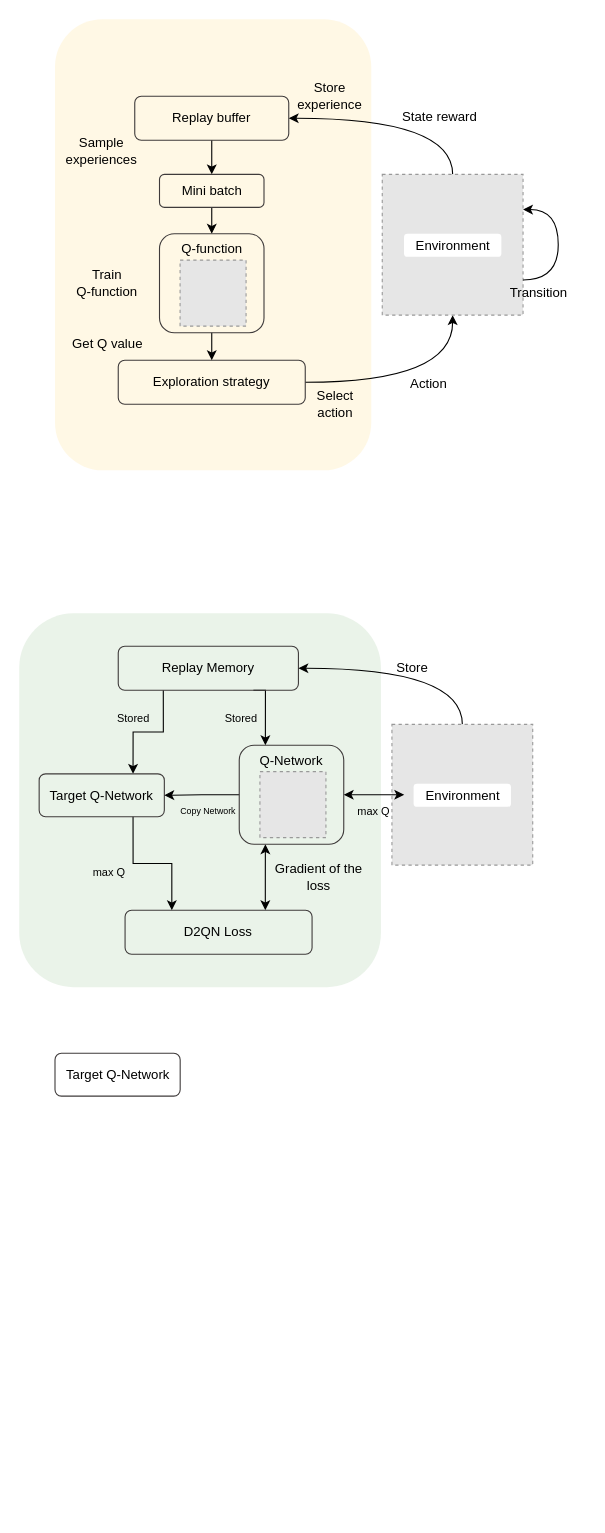
Above: DQN.drawio in ariesharry/SLR-Production-Scheduling (draw.io), before the change. Source tidied: cells renumbered, new cells numbered last; positions are measured from the earlier drawing's top-left corner, leaving out a move shared by most shapes. Both pictures are drawn from the tidied source at 110%, with x=0, y=0 at pixel (19, 19). Pictures stored in the file or linked from it are replaced by grey dashed boxes.
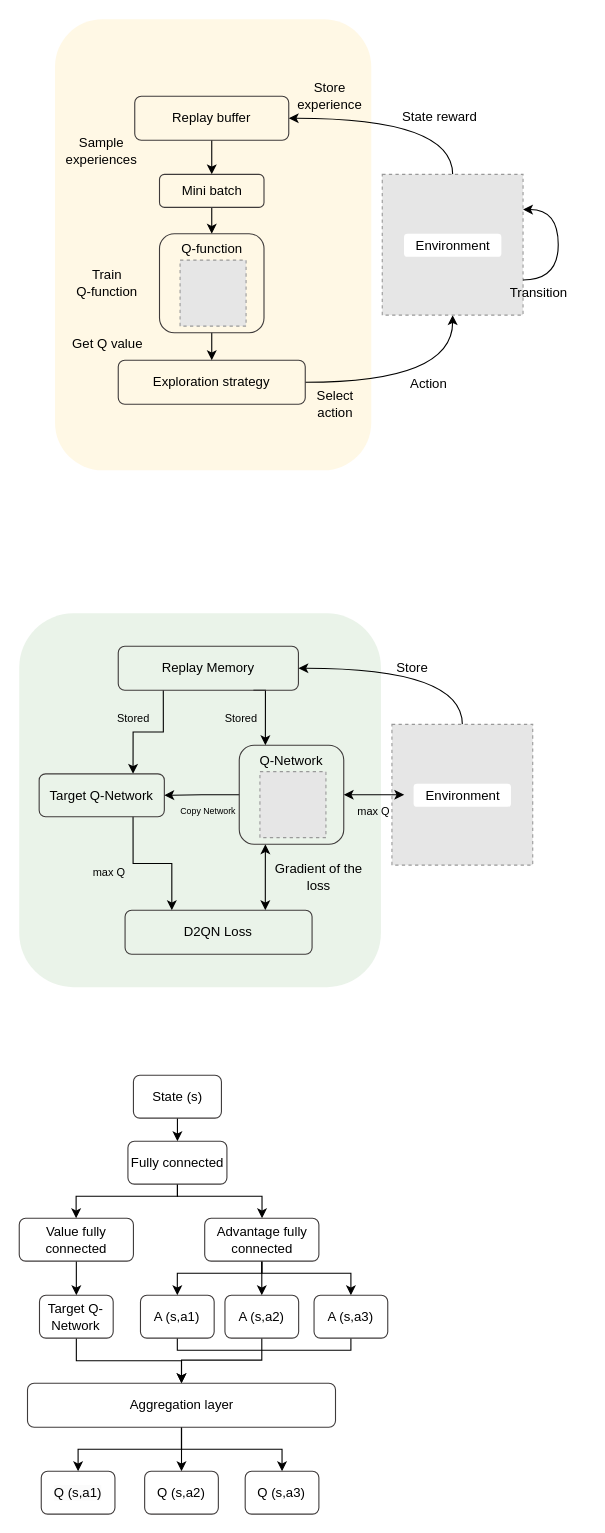
Above is the later version.

Change to the diagram source:
```diff
@@
+    <mxCell id="47" style="edgeStyle=orthogonalEdgeStyle;rounded=0;jettySize=auto;html=1;exitX=0.5;exitY=1;exitDx=0;exitDy=0;entryX=0.5;entryY=0;entryDx=0;entryDy=0;" parent="1" edge="1" source="46" target="52">
+      <mxGeometry relative="1" as="geometry" />
+    </mxCell>
-    <mxCell id="46" value="Target Q-Network" style="rounded=1;whiteSpace=wrap;html=1;fillColor=none;strokeColor=#3f3b3b;" parent="1" vertex="1">
-      <mxGeometry x="32.5" y="940" width="113.8" height="39" as="geometry" />
+    <mxCell id="46" value="State (s)" style="rounded=1;whiteSpace=wrap;html=1;fillColor=none;strokeColor=#3f3b3b;" parent="1" vertex="1">
+      <mxGeometry x="103.8" y="960" width="80" height="39" as="geometry" />
     </mxCell>
+    <mxCell id="48" style="edgeStyle=orthogonalEdgeStyle;rounded=0;jettySize=auto;html=1;exitX=0.5;exitY=1;exitDx=0;exitDy=0;entryX=0.5;entryY=0;entryDx=0;entryDy=0;" parent="1" edge="1" source="49" target="63">
+      <mxGeometry relative="1" as="geometry" />
+    </mxCell>
+    <mxCell id="49" value="Value fully connected" style="rounded=1;whiteSpace=wrap;html=1;fillColor=none;strokeColor=#3f3b3b;" parent="1" vertex="1">
+      <mxGeometry y="1090" width="103.8" height="39" as="geometry" />
+    </mxCell>
+    <mxCell id="50" style="edgeStyle=orthogonalEdgeStyle;rounded=0;jettySize=auto;html=1;exitX=0.5;exitY=1;exitDx=0;exitDy=0;" parent="1" edge="1" source="52" target="49">
+      <mxGeometry relative="1" as="geometry">
+        <Array as="points">
+          <mxPoint x="143.7" y="1070" />
+          <mxPoint x="51.7" y="1070" />
+        </Array>
+      </mxGeometry>
+    </mxCell>
+    <mxCell id="51" style="edgeStyle=orthogonalEdgeStyle;rounded=0;jettySize=auto;html=1;exitX=0.5;exitY=1;exitDx=0;exitDy=0;" parent="1" edge="1" source="52" target="56">
+      <mxGeometry relative="1" as="geometry">
+        <Array as="points">
+          <mxPoint x="143.7" y="1070" />
+          <mxPoint x="220.7" y="1070" />
+        </Array>
+      </mxGeometry>
+    </mxCell>
+    <mxCell id="52" value="Fully connected" style="rounded=1;whiteSpace=wrap;html=1;fillColor=none;strokeColor=#3f3b3b;" parent="1" vertex="1">
+      <mxGeometry x="98.8" y="1020" width="90" height="39" as="geometry" />
+    </mxCell>
+    <mxCell id="53" style="edgeStyle=orthogonalEdgeStyle;rounded=0;jettySize=auto;html=1;exitX=0.5;exitY=1;exitDx=0;exitDy=0;entryX=0.5;entryY=0;entryDx=0;entryDy=0;" parent="1" edge="1" source="56" target="60">
+      <mxGeometry relative="1" as="geometry" />
+    </mxCell>
+    <mxCell id="54" style="edgeStyle=orthogonalEdgeStyle;rounded=0;jettySize=auto;html=1;exitX=0.5;exitY=1;exitDx=0;exitDy=0;entryX=0.5;entryY=0;entryDx=0;entryDy=0;" parent="1" edge="1" source="56" target="58">
+      <mxGeometry relative="1" as="geometry">
+        <Array as="points">
+          <mxPoint x="220.7" y="1140" />
+          <mxPoint x="143.7" y="1140" />
+        </Array>
+      </mxGeometry>
+    </mxCell>
+    <mxCell id="55" style="edgeStyle=orthogonalEdgeStyle;rounded=0;jettySize=auto;html=1;exitX=0.5;exitY=1;exitDx=0;exitDy=0;entryX=0.5;entryY=0;entryDx=0;entryDy=0;" parent="1" edge="1" source="56" target="61">
+      <mxGeometry relative="1" as="geometry">
+        <Array as="points">
+          <mxPoint x="220.7" y="1140" />
+          <mxPoint x="301.7" y="1140" />
+        </Array>
+      </mxGeometry>
+    </mxCell>
+    <mxCell id="56" value="Advantage fully connected" style="rounded=1;whiteSpace=wrap;html=1;fillColor=none;strokeColor=#3f3b3b;" parent="1" vertex="1">
+      <mxGeometry x="168.6" y="1090" width="103.8" height="39" as="geometry" />
+    </mxCell>
+    <mxCell id="57" style="edgeStyle=orthogonalEdgeStyle;rounded=0;jettySize=auto;html=1;exitX=0.5;exitY=1;exitDx=0;exitDy=0;entryX=0.5;entryY=1;entryDx=0;entryDy=0;endArrow=none;endFill=0;" parent="1" edge="1" source="58" target="61">
+      <mxGeometry relative="1" as="geometry">
+        <Array as="points">
+          <mxPoint x="143.7" y="1210" />
+          <mxPoint x="301.7" y="1210" />
+        </Array>
+      </mxGeometry>
+    </mxCell>
+    <mxCell id="58" value="A (s,a1)" style="rounded=1;whiteSpace=wrap;html=1;fillColor=none;strokeColor=#3f3b3b;" parent="1" vertex="1">
+      <mxGeometry x="110.2" y="1160" width="67" height="39" as="geometry" />
+    </mxCell>
+    <mxCell id="59" style="edgeStyle=orthogonalEdgeStyle;rounded=0;jettySize=auto;html=1;exitX=0.5;exitY=1;exitDx=0;exitDy=0;entryX=0.5;entryY=0;entryDx=0;entryDy=0;" parent="1" edge="1" source="60" target="67">
+      <mxGeometry relative="1" as="geometry">
+        <Array as="points">
+          <mxPoint x="220.7" y="1219" />
+          <mxPoint x="147.7" y="1219" />
+        </Array>
+      </mxGeometry>
+    </mxCell>
+    <mxCell id="60" value="A (s,a2)" style="rounded=1;whiteSpace=wrap;html=1;fillColor=none;strokeColor=#3f3b3b;" parent="1" vertex="1">
+      <mxGeometry x="187" y="1160" width="67" height="39" as="geometry" />
+    </mxCell>
+    <mxCell id="61" value="A (s,a3)" style="rounded=1;whiteSpace=wrap;html=1;fillColor=none;strokeColor=#3f3b3b;" parent="1" vertex="1">
+      <mxGeometry x="268" y="1160" width="67" height="39" as="geometry" />
+    </mxCell>
+    <mxCell id="62" style="edgeStyle=orthogonalEdgeStyle;rounded=0;jettySize=auto;html=1;exitX=0.5;exitY=1;exitDx=0;exitDy=0;entryX=0.5;entryY=0;entryDx=0;entryDy=0;" parent="1" edge="1" source="63" target="67">
+      <mxGeometry relative="1" as="geometry" />
+    </mxCell>
+    <mxCell id="63" value="Target Q-Network" style="rounded=1;whiteSpace=wrap;html=1;fillColor=none;strokeColor=#3f3b3b;" parent="1" vertex="1">
+      <mxGeometry x="18.4" y="1160" width="67" height="39" as="geometry" />
+    </mxCell>
+    <mxCell id="64" style="edgeStyle=orthogonalEdgeStyle;rounded=0;jettySize=auto;html=1;exitX=0.5;exitY=1;exitDx=0;exitDy=0;entryX=0.5;entryY=0;entryDx=0;entryDy=0;" parent="1" edge="1" source="67" target="69">
+      <mxGeometry relative="1" as="geometry" />
+    </mxCell>
+    <mxCell id="65" style="edgeStyle=orthogonalEdgeStyle;rounded=0;jettySize=auto;html=1;exitX=0.5;exitY=1;exitDx=0;exitDy=0;" parent="1" edge="1" source="67" target="70">
+      <mxGeometry relative="1" as="geometry" />
+    </mxCell>
+    <mxCell id="66" style="edgeStyle=orthogonalEdgeStyle;rounded=0;jettySize=auto;html=1;exitX=0.5;exitY=1;exitDx=0;exitDy=0;entryX=0.5;entryY=0;entryDx=0;entryDy=0;" parent="1" edge="1" source="67" target="68">
+      <mxGeometry relative="1" as="geometry" />
+    </mxCell>
+    <mxCell id="67" value="Aggregation layer" style="rounded=1;whiteSpace=wrap;html=1;fillColor=none;strokeColor=#3f3b3b;" parent="1" vertex="1">
+      <mxGeometry x="7.5" y="1240" width="280" height="40" as="geometry" />
+    </mxCell>
+    <mxCell id="68" value="&lt;span style=&quot;color: rgb(0, 0, 0); font-family: Helvetica; font-size: 12px; font-style: normal; font-variant-ligatures: normal; font-variant-caps: normal; font-weight: 400; letter-spacing: normal; orphans: 2; text-align: center; text-indent: 0px; text-transform: none; widows: 2; word-spacing: 0px; -webkit-text-stroke-width: 0px; white-space: normal; background-color: rgb(251, 251, 251); text-decoration-thickness: initial; text-decoration-style: initial; text-decoration-color: initial; display: inline !important; float: none;&quot;&gt;Q (s,a1)&lt;/span&gt;" style="rounded=1;whiteSpace=wrap;html=1;fillColor=none;strokeColor=#3f3b3b;" parent="1" vertex="1">
+      <mxGeometry x="20" y="1320" width="67" height="39" as="geometry" />
+    </mxCell>
+    <mxCell id="69" value="Q (s,a2)" style="rounded=1;whiteSpace=wrap;html=1;fillColor=none;strokeColor=#3f3b3b;" parent="1" vertex="1">
+      <mxGeometry x="114" y="1320" width="67" height="39" as="geometry" />
+    </mxCell>
+    <mxCell id="70" value="Q (s,a3)" style="rounded=1;whiteSpace=wrap;html=1;fillColor=none;strokeColor=#3f3b3b;" parent="1" vertex="1">
+      <mxGeometry x="205.4" y="1320" width="67" height="39" as="geometry" />
+    </mxCell>
```
